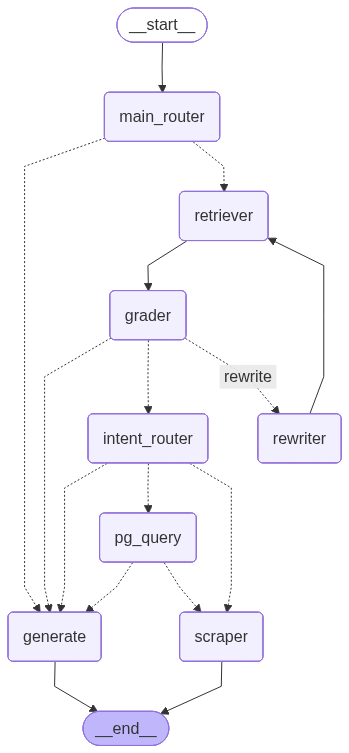
Earlier version of the Mermaid export graph.png (uelski/den_bot_server). Its source is kept beside it as graph.mmd. The source it was exported from:
```mermaid
---
config:
  flowchart:
    curve: linear
---
graph TD;
	__start__([<p>__start__</p>]):::first
	main_router(main_router)
	retriever(retriever)
	grader(grader)
	intent_router(intent_router)
	rewriter(rewriter)
	generate(generate)
	scraper(scraper)
	__end__([<p>__end__</p>]):::last
	__start__ --> main_router;
	grader -.-> generate;
	grader -.-> intent_router;
	grader -. &nbsp;rewrite&nbsp; .-> rewriter;
	intent_router -.-> generate;
	intent_router -.-> scraper;
	main_router -.-> generate;
	main_router -.-> retriever;
	retriever --> grader;
	rewriter --> retriever;
	generate --> __end__;
	scraper --> __end__;
	classDef default fill:#f2f0ff,line-height:1.2
	classDef first fill-opacity:0
	classDef last fill:#bfb6fc
```
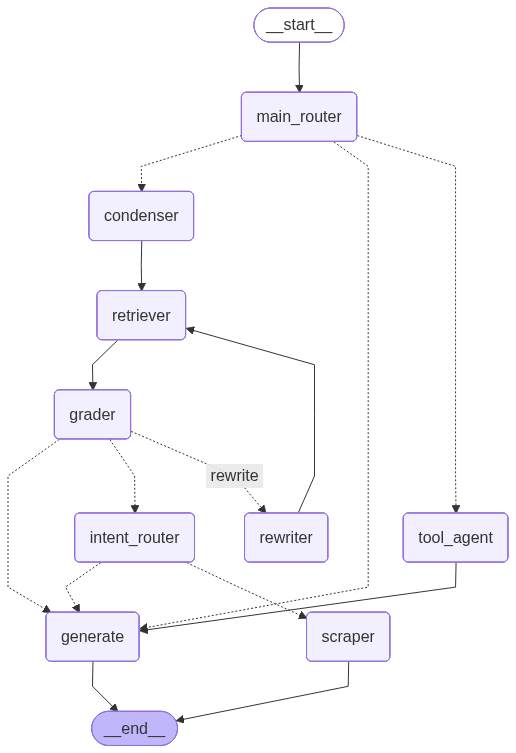
Above is the later version.

What changed in the source:
```diff
@@ -6,23 +6,28 @@
 graph TD;
 	__start__([<p>__start__</p>]):::first
 	main_router(main_router)
+	condenser(condenser)
 	retriever(retriever)
 	grader(grader)
 	intent_router(intent_router)
 	rewriter(rewriter)
 	generate(generate)
 	scraper(scraper)
+	tool_agent(tool_agent)
 	__end__([<p>__end__</p>]):::last
 	__start__ --> main_router;
+	condenser --> retriever;
 	grader -.-> generate;
 	grader -.-> intent_router;
 	grader -. &nbsp;rewrite&nbsp; .-> rewriter;
 	intent_router -.-> generate;
 	intent_router -.-> scraper;
+	main_router -.-> condenser;
 	main_router -.-> generate;
-	main_router -.-> retriever;
+	main_router -.-> tool_agent;
 	retriever --> grader;
 	rewriter --> retriever;
+	tool_agent --> generate;
 	generate --> __end__;
 	scraper --> __end__;
 	classDef default fill:#f2f0ff,line-height:1.2
```
